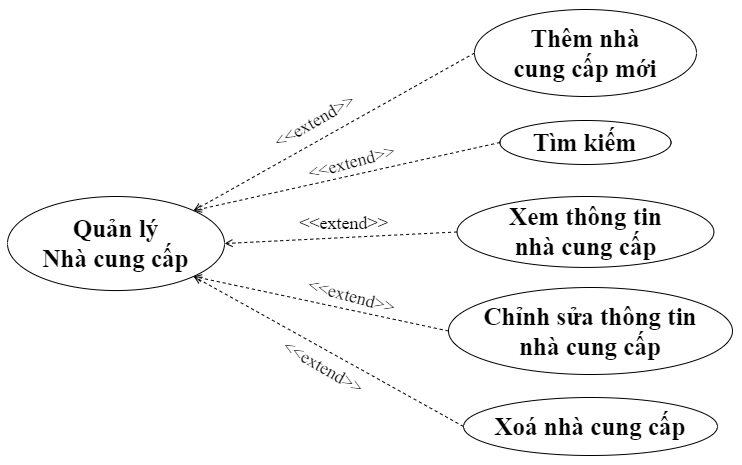
Above: SODO/Usecase/QL nhà cung cấp.drawio.png in khuevotan/TaiCamRanh_DATN (draw.io), before the change. Source tidied: cells renumbered, new cells last; positions are measured from the earlier drawing's top-left corner, leaving out a move shared by most shapes. The source it was exported from:
```xml
<mxGraphModel>
  <root>
    <mxCell id="0" />
    <mxCell id="1" parent="0" />
    <mxCell id="2" value="&lt;b style=&quot;font-size: 25px;&quot;&gt;Thêm nhà &lt;br&gt;cung cấp mới&lt;/b&gt;" style="ellipse;whiteSpace=wrap;html=1;fontSize=25;fontFamily=Times New Roman;" parent="1" vertex="1">
      <mxGeometry x="467" width="222" height="87" as="geometry" />
    </mxCell>
    <mxCell id="3" value="Xoá nhà cung cấp" style="ellipse;whiteSpace=wrap;html=1;fontSize=25;fontFamily=Times New Roman;fontStyle=1;" parent="1" vertex="1">
      <mxGeometry x="456" y="388" width="254" height="58" as="geometry" />
    </mxCell>
    <mxCell id="4" value="Chỉnh sửa thông tin &lt;br style=&quot;font-size: 25px;&quot;&gt;nhà cung cấp" style="ellipse;whiteSpace=wrap;html=1;fontSize=25;fontFamily=Times New Roman;fontStyle=1;" parent="1" vertex="1">
      <mxGeometry x="441" y="278" width="284" height="87" as="geometry" />
    </mxCell>
    <mxCell id="5" style="edgeStyle=none;html=1;endArrow=open;verticalAlign=bottom;dashed=1;labelBackgroundColor=none;rounded=0;exitX=0;exitY=0.5;exitDx=0;exitDy=0;fontSize=25;entryX=1;entryY=0;entryDx=0;entryDy=0;" parent="1" edge="1" source="2" target="6">
      <mxGeometry relative="1" as="geometry" />
    </mxCell>
    <mxCell id="6" value="Quản lý &lt;br&gt;Nhà cung cấp" style="ellipse;whiteSpace=wrap;html=1;fontSize=25;fontFamily=Times New Roman;fontStyle=1;" parent="1" vertex="1">
      <mxGeometry y="187" width="217" height="94.1" as="geometry" />
    </mxCell>
    <mxCell id="7" style="edgeStyle=none;html=1;endArrow=open;verticalAlign=bottom;dashed=1;labelBackgroundColor=none;rounded=0;exitX=0;exitY=0.5;exitDx=0;exitDy=0;fontSize=25;entryX=1;entryY=1;entryDx=0;entryDy=0;" parent="1" edge="1" source="3" target="6">
      <mxGeometry relative="1" as="geometry" />
    </mxCell>
    <mxCell id="8" style="edgeStyle=none;html=1;endArrow=open;verticalAlign=bottom;dashed=1;labelBackgroundColor=none;rounded=0;exitX=0;exitY=0.5;exitDx=0;exitDy=0;fontSize=25;entryX=1;entryY=1;entryDx=0;entryDy=0;" parent="1" edge="1" source="4" target="6">
      <mxGeometry relative="1" as="geometry" />
    </mxCell>
    <mxCell id="9" value="&lt;font style=&quot;font-size: 18px;&quot;&gt;&amp;lt;&amp;lt;extend&amp;gt;&amp;gt;&lt;/font&gt;" style="text;html=1;strokeColor=none;fillColor=none;align=center;verticalAlign=middle;whiteSpace=wrap;rounded=0;fontFamily=Times New Roman;fontSize=18;rotation=30;fontStyle=0;" parent="1" vertex="1">
      <mxGeometry x="286" y="343" width="60" height="30" as="geometry" />
    </mxCell>
    <mxCell id="10" value="&lt;font style=&quot;font-size: 18px;&quot;&gt;&amp;lt;&amp;lt;extend&amp;gt;&amp;gt;&lt;/font&gt;" style="text;html=1;strokeColor=none;fillColor=none;align=center;verticalAlign=middle;whiteSpace=wrap;rounded=0;fontFamily=Times New Roman;fontSize=18;rotation=-30;fontStyle=0;" parent="1" vertex="1">
      <mxGeometry x="267" y="95" width="81" height="34.1" as="geometry" />
    </mxCell>
    <mxCell id="11" value="&lt;font style=&quot;font-size: 18px;&quot;&gt;&amp;lt;&amp;lt;extend&amp;gt;&amp;gt;&lt;/font&gt;" style="text;html=1;strokeColor=none;fillColor=none;align=center;verticalAlign=middle;whiteSpace=wrap;rounded=0;fontFamily=Times New Roman;fontSize=18;rotation=-15;fontStyle=0;" parent="1" vertex="1">
      <mxGeometry x="304" y="136" width="81" height="34.1" as="geometry" />
    </mxCell>
    <mxCell id="12" value="&lt;b style=&quot;font-size: 25px;&quot;&gt;Xem thông tin &lt;br style=&quot;font-size: 25px;&quot;&gt;nhà cung cấp&lt;/b&gt;" style="ellipse;whiteSpace=wrap;html=1;fontSize=25;fontFamily=Times New Roman;" parent="1" vertex="1">
      <mxGeometry x="449.6" y="187" width="256.9" height="70.9" as="geometry" />
    </mxCell>
    <mxCell id="13" style="edgeStyle=none;html=1;endArrow=open;verticalAlign=bottom;dashed=1;labelBackgroundColor=none;rounded=0;exitX=0;exitY=0.5;exitDx=0;exitDy=0;fontSize=25;entryX=1;entryY=0.5;entryDx=0;entryDy=0;" parent="1" edge="1" source="12" target="6">
      <mxGeometry relative="1" as="geometry" />
    </mxCell>
    <mxCell id="14" value="&lt;font style=&quot;font-size: 18px;&quot;&gt;&amp;lt;&amp;lt;extend&amp;gt;&amp;gt;&lt;/font&gt;" style="text;html=1;strokeColor=none;fillColor=none;align=center;verticalAlign=middle;whiteSpace=wrap;rounded=0;fontFamily=Times New Roman;fontSize=18;rotation=15;fontStyle=0;" parent="1" vertex="1">
      <mxGeometry x="304" y="270" width="81" height="34.1" as="geometry" />
    </mxCell>
    <mxCell id="15" value="&lt;b style=&quot;font-size: 25px;&quot;&gt;Tìm kiếm&lt;/b&gt;" style="ellipse;whiteSpace=wrap;html=1;fontSize=25;fontFamily=Times New Roman;" parent="1" vertex="1">
      <mxGeometry x="492.4" y="111" width="171.1" height="44" as="geometry" />
    </mxCell>
    <mxCell id="16" style="edgeStyle=none;html=1;endArrow=open;verticalAlign=bottom;dashed=1;labelBackgroundColor=none;rounded=0;exitX=0;exitY=0.5;exitDx=0;exitDy=0;fontSize=25;entryX=1;entryY=0;entryDx=0;entryDy=0;" parent="1" edge="1" source="15" target="6">
      <mxGeometry relative="1" as="geometry" />
    </mxCell>
    <mxCell id="17" value="&lt;font style=&quot;font-size: 18px;&quot;&gt;&amp;lt;&amp;lt;extend&amp;gt;&amp;gt;&lt;/font&gt;" style="text;html=1;strokeColor=none;fillColor=none;align=center;verticalAlign=middle;whiteSpace=wrap;rounded=0;fontFamily=Times New Roman;fontSize=18;rotation=0;fontStyle=0;" parent="1" vertex="1">
      <mxGeometry x="296" y="197" width="81" height="34.1" as="geometry" />
    </mxCell>
  </root>
</mxGraphModel>
```
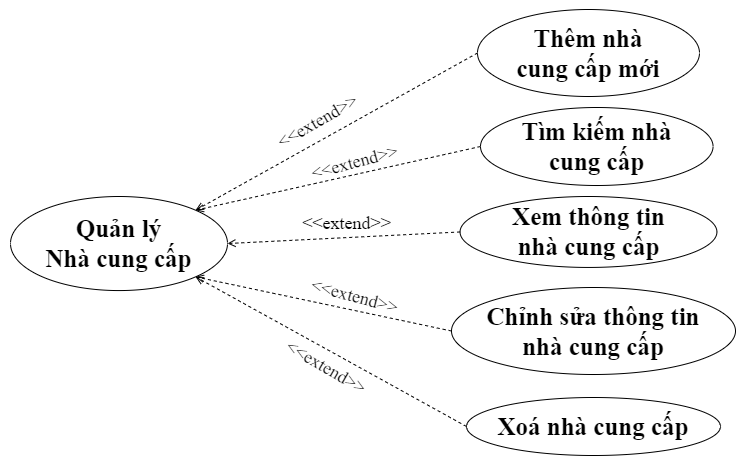
Above is the later version.

Change to the diagram source:
```diff
@@ -41,8 +41,8 @@
     <mxCell id="14" value="&lt;font style=&quot;font-size: 18px;&quot;&gt;&amp;lt;&amp;lt;extend&amp;gt;&amp;gt;&lt;/font&gt;" style="text;html=1;strokeColor=none;fillColor=none;align=center;verticalAlign=middle;whiteSpace=wrap;rounded=0;fontFamily=Times New Roman;fontSize=18;rotation=15;fontStyle=0;" parent="1" vertex="1">
       <mxGeometry x="304" y="270" width="81" height="34.1" as="geometry" />
     </mxCell>
-    <mxCell id="15" value="&lt;b style=&quot;font-size: 25px;&quot;&gt;Tìm kiếm&lt;/b&gt;" style="ellipse;whiteSpace=wrap;html=1;fontSize=25;fontFamily=Times New Roman;" parent="1" vertex="1">
-      <mxGeometry x="492.4" y="111" width="171.1" height="44" as="geometry" />
+    <mxCell id="15" value="&lt;b style=&quot;font-size: 25px;&quot;&gt;Tìm kiếm nhà &lt;br&gt;cung cấp&lt;/b&gt;" style="ellipse;whiteSpace=wrap;html=1;fontSize=25;fontFamily=Times New Roman;" parent="1" vertex="1">
+      <mxGeometry x="470" y="98" width="232.6" height="78" as="geometry" />
     </mxCell>
     <mxCell id="16" style="edgeStyle=none;html=1;endArrow=open;verticalAlign=bottom;dashed=1;labelBackgroundColor=none;rounded=0;exitX=0;exitY=0.5;exitDx=0;exitDy=0;fontSize=25;entryX=1;entryY=0;entryDx=0;entryDy=0;" parent="1" edge="1" source="15" target="6">
       <mxGeometry relative="1" as="geometry" />
```
